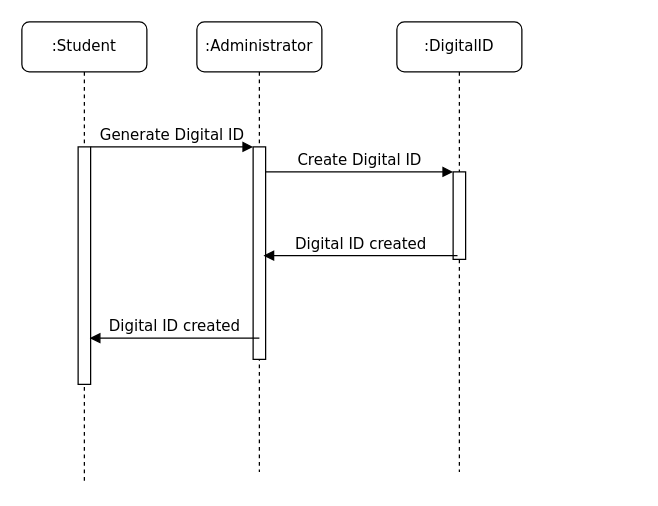
lahirub99/Computer-Security-CA keeps this draw.io diagram as SSD Generate ID.drawio. Above is the earlier version. Source tidied: cells renumbered, new cells numbered last; positions are measured from the earlier drawing's top-left corner, leaving out a move shared by most shapes. Both pictures are drawn from the tidied source at 125%, with x=0, y=0 at pixel (21, 21).
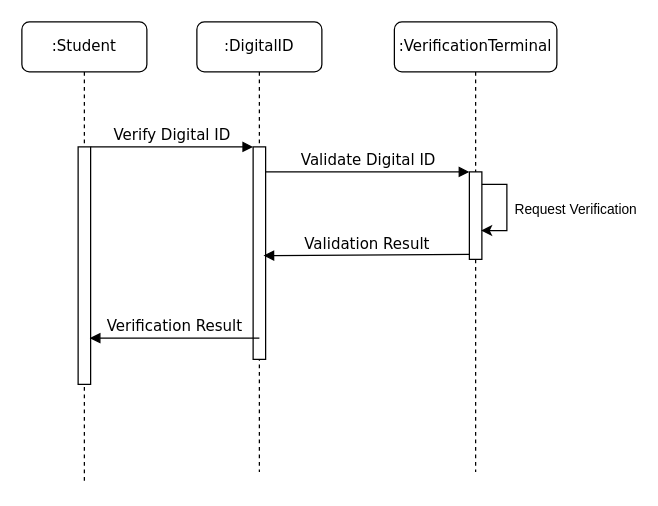
Above is the later version.

The edit, as a diff of the source:
```diff
@@
 <mxGraphModel>
   <root>
     <mxCell id="0" />
     <mxCell id="1" parent="0" />
-    <mxCell id="2" value=":Administrator" style="shape=umlLifeline;perimeter=lifelinePerimeter;whiteSpace=wrap;html=1;rounded=1;shadow=0;comic=0;labelBackgroundColor=none;strokeWidth=1;fontFamily=Verdana;fontSize=12;align=center;" parent="1" vertex="1">
+    <mxCell id="2" value=":DigitalID" style="shape=umlLifeline;perimeter=lifelinePerimeter;whiteSpace=wrap;html=1;rounded=1;shadow=0;comic=0;labelBackgroundColor=none;strokeWidth=1;fontFamily=Verdana;fontSize=12;align=center;" parent="1" vertex="1">
       <mxGeometry x="140" width="100" height="360" as="geometry" />
     </mxCell>
     <mxCell id="3" style="html=1;points=[];perimeter=orthogonalPerimeter;rounded=0;shadow=0;comic=0;labelBackgroundColor=none;strokeWidth=1;fontFamily=Verdana;fontSize=12;align=center;" parent="2" vertex="1">
       <mxGeometry x="45" y="100" width="10" height="170" as="geometry" />
     </mxCell>
-    <mxCell id="4" value=":DigitalID" style="shape=umlLifeline;perimeter=lifelinePerimeter;whiteSpace=wrap;html=1;rounded=1;shadow=0;comic=0;labelBackgroundColor=none;strokeWidth=1;fontFamily=Verdana;fontSize=12;align=center;" parent="1" vertex="1">
-      <mxGeometry x="300" width="100" height="360" as="geometry" />
+    <mxCell id="4" value=":VerificationTerminal" style="shape=umlLifeline;perimeter=lifelinePerimeter;whiteSpace=wrap;html=1;rounded=1;shadow=0;comic=0;labelBackgroundColor=none;strokeWidth=1;fontFamily=Verdana;fontSize=12;align=center;" parent="1" vertex="1">
+      <mxGeometry x="298" width="130" height="360" as="geometry" />
     </mxCell>
     <mxCell id="5" style="html=1;points=[];perimeter=orthogonalPerimeter;rounded=0;shadow=0;comic=0;labelBackgroundColor=none;strokeWidth=1;fontFamily=Verdana;fontSize=12;align=center;" parent="4" vertex="1">
-      <mxGeometry x="45" y="120" width="10" height="70" as="geometry" />
+      <mxGeometry x="60" y="120" width="10" height="70" as="geometry" />
     </mxCell>
+    <mxCell id="12" style="edgeStyle=orthogonalEdgeStyle;rounded=0;orthogonalLoop=1;jettySize=auto;html=1;entryX=0.933;entryY=0.671;entryDx=0;entryDy=0;entryPerimeter=0;" parent="4" edge="1" source="5" target="5">
+      <mxGeometry relative="1" as="geometry">
+        <Array as="points">
+          <mxPoint x="90" y="130" />
+          <mxPoint x="90" y="167" />
+        </Array>
+      </mxGeometry>
+    </mxCell>
+    <mxCell id="13" value="Request Verification" style="edgeLabel;html=1;align=center;verticalAlign=middle;" parent="12" vertex="1">
+      <mxGeometry y="-1" relative="1" as="geometry">
+        <mxPoint x="55" as="offset" />
+      </mxGeometry>
+    </mxCell>
     <mxCell id="6" value=":Student" style="shape=umlLifeline;perimeter=lifelinePerimeter;whiteSpace=wrap;html=1;rounded=1;shadow=0;comic=0;labelBackgroundColor=none;strokeWidth=1;fontFamily=Verdana;fontSize=12;align=center;" parent="1" vertex="1">
       <mxGeometry width="100" height="370" as="geometry" />
     </mxCell>
     <mxCell id="7" style="html=1;points=[];perimeter=orthogonalPerimeter;rounded=0;shadow=0;comic=0;labelBackgroundColor=none;strokeWidth=1;fontFamily=Verdana;fontSize=12;align=center;" parent="6" vertex="1">
       <mxGeometry x="45" y="100" width="10" height="190" as="geometry" />
     </mxCell>
-    <mxCell id="8" value="Digital ID created" style="html=1;verticalAlign=bottom;endArrow=block;labelBackgroundColor=none;fontFamily=Verdana;fontSize=12;edgeStyle=elbowEdgeStyle;elbow=vertical;entryX=0.931;entryY=0.176;entryDx=0;entryDy=0;entryPerimeter=0;" parent="1" edge="1">
+    <mxCell id="8" value="Validation Result" style="html=1;verticalAlign=bottom;endArrow=block;labelBackgroundColor=none;fontFamily=Verdana;fontSize=12;edgeStyle=elbowEdgeStyle;elbow=vertical;entryX=0.931;entryY=0.176;entryDx=0;entryDy=0;entryPerimeter=0;exitX=0;exitY=0.943;exitDx=0;exitDy=0;exitPerimeter=0;" parent="1" edge="1" source="5">
       <mxGeometry relative="1" as="geometry">
-        <mxPoint x="348.5" y="187" as="sourcePoint" />
         <mxPoint x="193.3" y="187.5" as="targetPoint" />
         <Array as="points">
           <mxPoint x="349" y="187" />
         </Array>
       </mxGeometry>
     </mxCell>
-    <mxCell id="9" value="Generate Digital ID" style="html=1;verticalAlign=bottom;endArrow=block;entryX=0;entryY=0;labelBackgroundColor=none;fontFamily=Verdana;fontSize=12;edgeStyle=elbowEdgeStyle;elbow=vertical;" parent="1" edge="1" source="7" target="3">
+    <mxCell id="9" value="Verify Digital ID" style="html=1;verticalAlign=bottom;endArrow=block;entryX=0;entryY=0;labelBackgroundColor=none;fontFamily=Verdana;fontSize=12;edgeStyle=elbowEdgeStyle;elbow=vertical;" parent="1" edge="1" source="7" target="3">
       <mxGeometry relative="1" as="geometry" />
     </mxCell>
-    <mxCell id="10" value="Create Digital ID" style="html=1;verticalAlign=bottom;endArrow=block;entryX=0;entryY=0;labelBackgroundColor=none;fontFamily=Verdana;fontSize=12;edgeStyle=elbowEdgeStyle;elbow=vertical;" parent="1" edge="1" source="3" target="5">
+    <mxCell id="10" value="Validate Digital ID" style="html=1;verticalAlign=bottom;endArrow=block;entryX=0;entryY=0;labelBackgroundColor=none;fontFamily=Verdana;fontSize=12;edgeStyle=elbowEdgeStyle;elbow=vertical;" parent="1" edge="1" source="3" target="5">
       <mxGeometry relative="1" as="geometry" />
     </mxCell>
-    <mxCell id="11" value="Digital ID created" style="html=1;verticalAlign=bottom;endArrow=block;labelBackgroundColor=none;fontFamily=Verdana;fontSize=12;edgeStyle=elbowEdgeStyle;elbow=vertical;entryX=0.931;entryY=0.176;entryDx=0;entryDy=0;entryPerimeter=0;" parent="1" edge="1">
+    <mxCell id="11" value="Verification Result" style="html=1;verticalAlign=bottom;endArrow=block;labelBackgroundColor=none;fontFamily=Verdana;fontSize=12;edgeStyle=elbowEdgeStyle;elbow=vertical;entryX=0.931;entryY=0.176;entryDx=0;entryDy=0;entryPerimeter=0;" parent="1" edge="1">
       <mxGeometry relative="1" as="geometry">
         <mxPoint x="190" y="253" as="sourcePoint" />
         <mxPoint x="54.3" y="253.5" as="targetPoint" />
         <Array as="points">
           <mxPoint x="210" y="253" />
         </Array>
       </mxGeometry>
     </mxCell>
   </root>
 </mxGraphModel>
```
